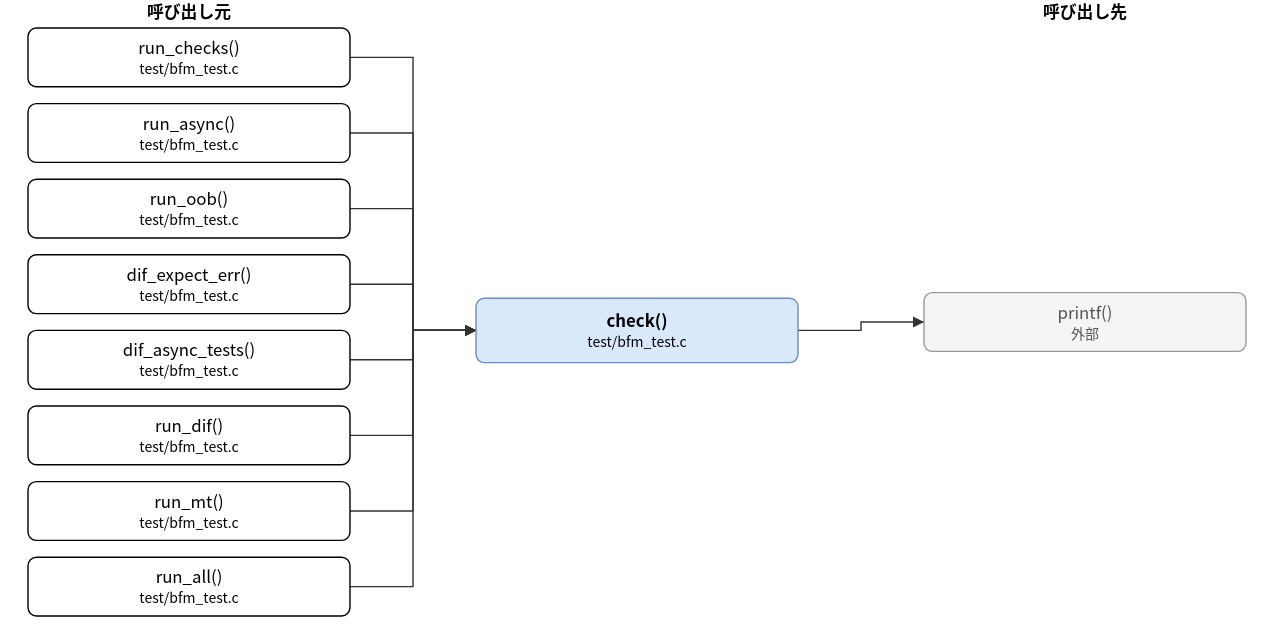
The draw.io diagram doc/spec/images/call_test_bfm_test-check.drawio.svg in hf355051012-ai/bfmem, before a commit. Source tidied: cells renumbered, new cells last; positions are measured from the earlier drawing's top-left corner, leaving out a move shared by most shapes.
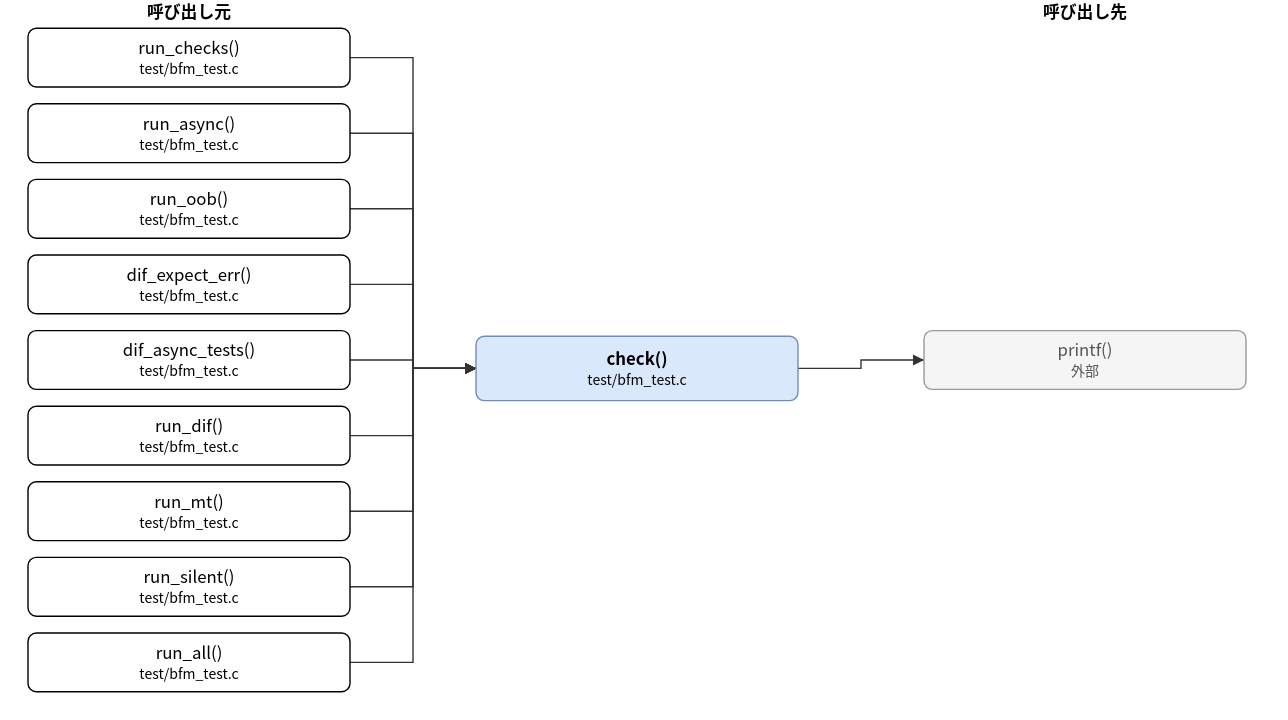
Later version of the same file.

What changed in the source:
```diff
@@ -3,7 +3,7 @@
     <mxCell id="0" />
     <mxCell id="1" parent="0" />
     <mxCell id="2" value="check()&lt;br&gt;&lt;font style=&quot;font-size:10px&quot;&gt;test/bfm_test.c&lt;/font&gt;" style="rounded=1;whiteSpace=wrap;html=1;fillColor=#dae8fc;strokeColor=#6c8ebf;fontStyle=1;" parent="1" vertex="1">
-      <mxGeometry x="320" y="213" width="230" height="46" as="geometry" />
+      <mxGeometry x="320" y="240" width="230" height="46" as="geometry" />
     </mxCell>
     <mxCell id="3" value="run_checks()&lt;br&gt;&lt;font style=&quot;font-size:10px&quot;&gt;test/bfm_test.c&lt;/font&gt;" style="rounded=1;whiteSpace=wrap;html=1;" parent="1" vertex="1">
       <mxGeometry y="20" width="230" height="42" as="geometry" />
@@ -26,17 +26,20 @@
     <mxCell id="9" value="run_mt()&lt;br&gt;&lt;font style=&quot;font-size:10px&quot;&gt;test/bfm_test.c&lt;/font&gt;" style="rounded=1;whiteSpace=wrap;html=1;" parent="1" vertex="1">
       <mxGeometry y="344" width="230" height="42" as="geometry" />
     </mxCell>
-    <mxCell id="10" value="run_all()&lt;br&gt;&lt;font style=&quot;font-size:10px&quot;&gt;test/bfm_test.c&lt;/font&gt;" style="rounded=1;whiteSpace=wrap;html=1;" parent="1" vertex="1">
+    <mxCell id="10" value="run_silent()&lt;br&gt;&lt;font style=&quot;font-size:10px&quot;&gt;test/bfm_test.c&lt;/font&gt;" style="rounded=1;whiteSpace=wrap;html=1;" parent="1" vertex="1">
       <mxGeometry y="398" width="230" height="42" as="geometry" />
     </mxCell>
+    <mxCell id="23" value="run_all()&lt;br&gt;&lt;font style=&quot;font-size:10px&quot;&gt;test/bfm_test.c&lt;/font&gt;" style="rounded=1;whiteSpace=wrap;html=1;" parent="1" vertex="1">
+      <mxGeometry y="452" width="230" height="42" as="geometry" />
+    </mxCell>
     <mxCell id="11" value="printf()&lt;br&gt;&lt;font style=&quot;font-size:10px&quot;&gt;外部&lt;/font&gt;" style="rounded=1;whiteSpace=wrap;html=1;fillColor=#f5f5f5;strokeColor=#999999;fontColor=#555555;" parent="1" vertex="1">
-      <mxGeometry x="640" y="209" width="230" height="42" as="geometry" />
+      <mxGeometry x="640" y="236" width="230" height="42" as="geometry" />
     </mxCell>
     <mxCell id="12" style="edgeStyle=none;html=1;rounded=0;endArrow=block;endFill=1;exitX=1.0000;exitY=0.5000;exitDx=0;exitDy=0;exitPerimeter=0;entryX=0.0000;entryY=0.5000;entryDx=0;entryDy=0;entryPerimeter=0;" parent="1" edge="1" source="3" target="2">
       <mxGeometry relative="1" as="geometry">
         <Array as="points">
           <mxPoint x="275" y="41" />
-          <mxPoint x="275" y="236" />
+          <mxPoint x="275" y="263" />
         </Array>
       </mxGeometry>
     </mxCell>
@@ -44,7 +47,7 @@
       <mxGeometry relative="1" as="geometry">
         <Array as="points">
           <mxPoint x="275" y="95" />
-          <mxPoint x="275" y="236" />
+          <mxPoint x="275" y="263" />
         </Array>
       </mxGeometry>
     </mxCell>
@@ -52,7 +55,7 @@
       <mxGeometry relative="1" as="geometry">
         <Array as="points">
           <mxPoint x="275" y="149" />
-          <mxPoint x="275" y="236" />
+          <mxPoint x="275" y="263" />
         </Array>
       </mxGeometry>
     </mxCell>
@@ -60,7 +63,7 @@
       <mxGeometry relative="1" as="geometry">
         <Array as="points">
           <mxPoint x="275" y="203" />
-          <mxPoint x="275" y="236" />
+          <mxPoint x="275" y="263" />
         </Array>
       </mxGeometry>
     </mxCell>
@@ -68,7 +71,7 @@
       <mxGeometry relative="1" as="geometry">
         <Array as="points">
           <mxPoint x="275" y="257" />
-          <mxPoint x="275" y="236" />
+          <mxPoint x="275" y="263" />
         </Array>
       </mxGeometry>
     </mxCell>
@@ -76,7 +79,7 @@
       <mxGeometry relative="1" as="geometry">
         <Array as="points">
           <mxPoint x="275" y="311" />
-          <mxPoint x="275" y="236" />
+          <mxPoint x="275" y="263" />
         </Array>
       </mxGeometry>
     </mxCell>
@@ -84,7 +87,7 @@
       <mxGeometry relative="1" as="geometry">
         <Array as="points">
           <mxPoint x="275" y="365" />
-          <mxPoint x="275" y="236" />
+          <mxPoint x="275" y="263" />
         </Array>
       </mxGeometry>
     </mxCell>
@@ -92,18 +95,26 @@
       <mxGeometry relative="1" as="geometry">
         <Array as="points">
           <mxPoint x="275" y="419" />
-          <mxPoint x="275" y="236" />
+          <mxPoint x="275" y="263" />
         </Array>
       </mxGeometry>
     </mxCell>
-    <mxCell id="20" style="edgeStyle=none;html=1;rounded=0;endArrow=block;endFill=1;exitX=1.0000;exitY=0.5000;exitDx=0;exitDy=0;exitPerimeter=0;entryX=0.0000;entryY=0.5000;entryDx=0;entryDy=0;entryPerimeter=0;" parent="1" edge="1" source="2" target="11">
+    <mxCell id="20" style="edgeStyle=none;html=1;rounded=0;endArrow=block;endFill=1;exitX=1.0000;exitY=0.5000;exitDx=0;exitDy=0;exitPerimeter=0;entryX=0.0000;entryY=0.5000;entryDx=0;entryDy=0;entryPerimeter=0;" parent="1" edge="1" source="23" target="2">
       <mxGeometry relative="1" as="geometry">
         <Array as="points">
-          <mxPoint x="595" y="236" />
-          <mxPoint x="595" y="230" />
+          <mxPoint x="275" y="473" />
+          <mxPoint x="275" y="263" />
         </Array>
       </mxGeometry>
     </mxCell>
+    <mxCell id="24" style="edgeStyle=none;html=1;rounded=0;endArrow=block;endFill=1;exitX=1.0000;exitY=0.5000;exitDx=0;exitDy=0;exitPerimeter=0;entryX=0.0000;entryY=0.5000;entryDx=0;entryDy=0;entryPerimeter=0;" parent="1" edge="1" source="2" target="11">
+      <mxGeometry relative="1" as="geometry">
+        <Array as="points">
+          <mxPoint x="595" y="263" />
+          <mxPoint x="595" y="257" />
+        </Array>
+      </mxGeometry>
+    </mxCell>
     <mxCell id="21" value="呼び出し元" style="text;html=1;align=center;fontStyle=1;" parent="1" vertex="1">
       <mxGeometry x="35" width="160" height="18" as="geometry" />
     </mxCell>
```
